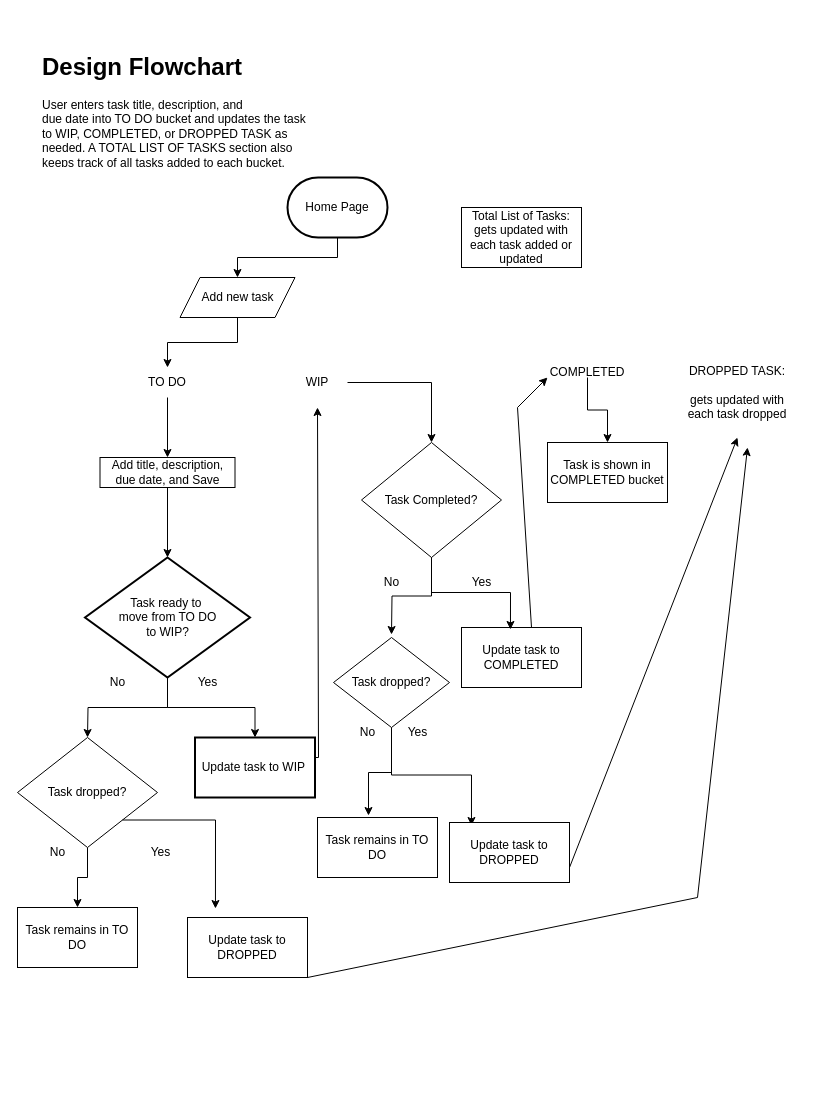
Earlier version of the draw.io diagram Untitled Diagram.drawio (prahdigy/CPSC-362-Group-7-Task-Management-System-). Source tidied: cells renumbered, new cells numbered last; positions are measured from the earlier drawing's top-left corner, leaving out a move shared by most shapes. Both pictures are drawn from the tidied source at 100%, with x=0, y=0 at pixel (17, 47).
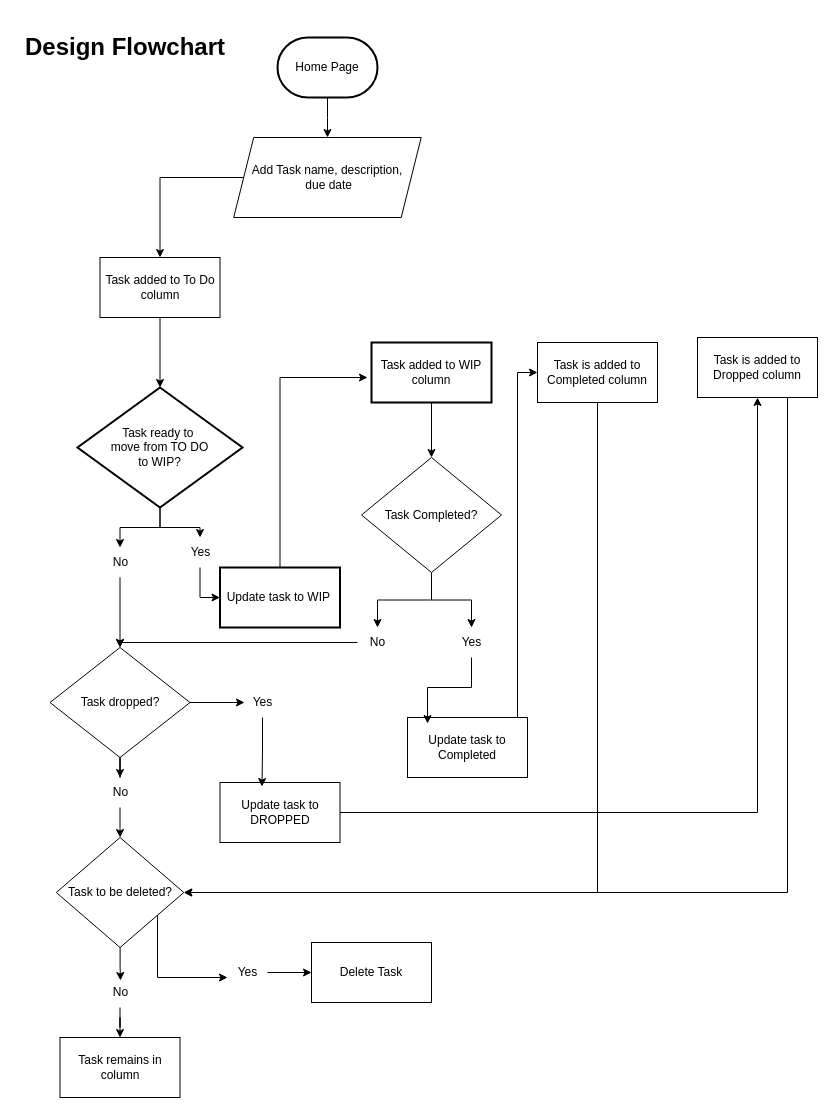
After the change.

Change to the diagram source:
```diff
@@
-    <mxCell id="2" value="&lt;h1&gt;Design Flowchart&lt;/h1&gt;&lt;div&gt;User enters task title, description, and&lt;br style=&quot;border-color: var(--border-color); text-align: center;&quot;&gt;&lt;span style=&quot;text-align: center;&quot;&gt;due date into TO DO bucket and updates the task to WIP, COMPLETED, or DROPPED TASK as needed. A TOTAL LIST OF TASKS section also keeps track of all tasks added to each bucket.&lt;/span&gt;&lt;br&gt;&lt;/div&gt;&lt;p&gt;&lt;br&gt;&lt;/p&gt;&lt;p&gt;&lt;br&gt;&lt;/p&gt;" style="text;html=1;spacing=5;spacingTop=-20;whiteSpace=wrap;overflow=hidden;rounded=0;" parent="1" vertex="1">
-      <mxGeometry x="20" width="280" height="120" as="geometry" />
+    <mxCell id="2" value="&lt;h1&gt;Design Flowchart&lt;/h1&gt;&lt;p&gt;&lt;br&gt;&lt;/p&gt;" style="text;html=1;spacing=5;spacingTop=-20;whiteSpace=wrap;overflow=hidden;rounded=0;" parent="1" vertex="1">
+      <mxGeometry x="2.5" y="-20" width="280" height="40" as="geometry" />
     </mxCell>
-    <mxCell id="3" style="edgeStyle=orthogonalEdgeStyle;rounded=0;jettySize=auto;html=1;" parent="1" edge="1" source="5" target="22">
-      <mxGeometry relative="1" as="geometry" />
-    </mxCell>
-    <mxCell id="4" style="edgeStyle=orthogonalEdgeStyle;rounded=0;jettySize=auto;html=1;" parent="1" edge="1" source="5">
-      <mxGeometry relative="1" as="geometry">
-        <mxPoint x="70" y="690" as="targetPoint" />
-      </mxGeometry>
-    </mxCell>
+    <mxCell id="48" style="edgeStyle=orthogonalEdgeStyle;rounded=0;jettySize=auto;html=1;entryX=0.5;entryY=0;entryDx=0;entryDy=0;" parent="1" edge="1" source="8" target="26">
+      <mxGeometry relative="1" as="geometry" />
+    </mxCell>
     <mxCell id="5" value="Task ready to&amp;nbsp;&lt;br&gt;move from TO DO &lt;br&gt;to WIP?" style="strokeWidth=2;html=1;shape=mxgraph.flowchart.decision;whiteSpace=wrap;" parent="1" vertex="1">
-      <mxGeometry x="67.5" y="510" width="165" height="120" as="geometry" />
+      <mxGeometry x="60" y="340" width="165" height="120" as="geometry" />
     </mxCell>
@@
     <mxCell id="7" value="Home Page" style="strokeWidth=2;html=1;shape=mxgraph.flowchart.terminator;whiteSpace=wrap;" parent="1" vertex="1">
-      <mxGeometry x="270" y="130" width="100" height="60" as="geometry" />
+      <mxGeometry x="260" y="-10" width="100" height="60" as="geometry" />
     </mxCell>
+    <mxCell id="9" style="edgeStyle=orthogonalEdgeStyle;rounded=0;jettySize=auto;html=1;" parent="1" edge="1" source="62" target="24">
+      <mxGeometry relative="1" as="geometry" />
+    </mxCell>
+    <mxCell id="49" style="edgeStyle=orthogonalEdgeStyle;rounded=0;jettySize=auto;html=1;" parent="1" edge="1" source="17" target="55">
+      <mxGeometry relative="1" as="geometry" />
+    </mxCell>
+    <mxCell id="17" value="Add Task name, description,&lt;div&gt;&amp;nbsp;due date&lt;/div&gt;" style="shape=parallelogram;perimeter=parallelogramPerimeter;whiteSpace=wrap;html=1;fixedSize=1;" parent="1" vertex="1">
+      <mxGeometry x="216.2" y="90" width="187.5" height="80" as="geometry" />
+    </mxCell>
+    <mxCell id="50" style="edgeStyle=orthogonalEdgeStyle;rounded=0;jettySize=auto;html=1;" parent="1" edge="1" source="22">
+      <mxGeometry relative="1" as="geometry">
+        <mxPoint x="350" y="330" as="targetPoint" />
+        <Array as="points">
+          <mxPoint x="263" y="330" />
+        </Array>
+      </mxGeometry>
+    </mxCell>
+    <mxCell id="22" value="Update task to WIP&amp;nbsp;" style="whiteSpace=wrap;html=1;strokeWidth=2;" parent="1" vertex="1">
+      <mxGeometry x="202.5" y="520" width="120" height="60" as="geometry" />
+    </mxCell>
+    <mxCell id="51" style="edgeStyle=orthogonalEdgeStyle;rounded=0;jettySize=auto;html=1;" parent="1" edge="1" source="24" target="65">
+      <mxGeometry relative="1" as="geometry" />
+    </mxCell>
+    <mxCell id="52" style="edgeStyle=orthogonalEdgeStyle;rounded=0;jettySize=auto;html=1;" parent="1" edge="1" source="24" target="63">
+      <mxGeometry relative="1" as="geometry" />
+    </mxCell>
+    <mxCell id="24" value="Task Completed?" style="rhombus;whiteSpace=wrap;html=1;" parent="1" vertex="1">
+      <mxGeometry x="344" y="410" width="140" height="115" as="geometry" />
+    </mxCell>
+    <mxCell id="26" value="Task dropped?" style="rhombus;whiteSpace=wrap;html=1;" parent="1" vertex="1">
+      <mxGeometry x="32.5" y="600" width="140" height="110" as="geometry" />
+    </mxCell>
+    <mxCell id="53" style="edgeStyle=orthogonalEdgeStyle;rounded=0;jettySize=auto;html=1;" parent="1" edge="1" source="42" target="71">
+      <mxGeometry relative="1" as="geometry" />
+    </mxCell>
+    <mxCell id="42" value="Update task to DROPPED" style="rounded=0;whiteSpace=wrap;html=1;" parent="1" vertex="1">
+      <mxGeometry x="202.5" y="735" width="120" height="60" as="geometry" />
+    </mxCell>
+    <mxCell id="54" style="edgeStyle=orthogonalEdgeStyle;rounded=0;jettySize=auto;html=1;" parent="1" edge="1" source="43" target="69">
+      <mxGeometry relative="1" as="geometry">
+        <Array as="points">
+          <mxPoint x="500" y="325" />
+        </Array>
+      </mxGeometry>
+    </mxCell>
+    <mxCell id="43" value="Update task to Completed" style="rounded=0;whiteSpace=wrap;html=1;" parent="1" vertex="1">
+      <mxGeometry x="390" y="670" width="120" height="60" as="geometry" />
+    </mxCell>
+    <mxCell id="55" value="Task added to To Do column" style="whiteSpace=wrap;html=1;" parent="1" vertex="1">
+      <mxGeometry x="82.5" y="210" width="120" height="60" as="geometry" />
+    </mxCell>
+    <mxCell id="56" style="edgeStyle=orthogonalEdgeStyle;rounded=0;jettySize=auto;html=1;exitX=0.5;exitY=1;exitDx=0;exitDy=0;entryX=0.5;entryY=0;entryDx=0;entryDy=0;entryPerimeter=0;" parent="1" edge="1" source="55" target="5">
+      <mxGeometry relative="1" as="geometry" />
+    </mxCell>
+    <mxCell id="57" style="edgeStyle=orthogonalEdgeStyle;rounded=0;jettySize=auto;html=1;entryX=0.5;entryY=0;entryDx=0;entryDy=0;" parent="1" edge="1" source="5" target="8">
+      <mxGeometry relative="1" as="geometry" />
+    </mxCell>
     <mxCell id="8" value="No" style="text;html=1;align=center;verticalAlign=middle;points=[];strokeColor=none;fillColor=none;" parent="1" vertex="1">
-      <mxGeometry x="80" y="620" width="40" height="30" as="geometry" />
+      <mxGeometry x="82.5" y="500" width="40" height="30" as="geometry" />
     </mxCell>
-    <mxCell id="9" style="edgeStyle=orthogonalEdgeStyle;rounded=0;jettySize=auto;html=1;" parent="1" edge="1" source="10" target="24">
-      <mxGeometry relative="1" as="geometry" />
-    </mxCell>
-    <mxCell id="10" value="WIP" style="text;html=1;align=center;verticalAlign=middle;whiteSpace=wrap;rounded=0;" parent="1" vertex="1">
-      <mxGeometry x="270" y="320" width="60" height="30" as="geometry" />
-    </mxCell>
-    <mxCell id="11" style="edgeStyle=orthogonalEdgeStyle;rounded=0;jettySize=auto;html=1;" parent="1" edge="1" source="12" target="19">
-      <mxGeometry relative="1" as="geometry" />
-    </mxCell>
-    <mxCell id="12" value="TO DO" style="text;html=1;align=center;verticalAlign=middle;whiteSpace=wrap;rounded=0;" parent="1" vertex="1">
-      <mxGeometry x="120" y="320" width="60" height="30" as="geometry" />
-    </mxCell>
-    <mxCell id="13" style="edgeStyle=orthogonalEdgeStyle;rounded=0;jettySize=auto;html=1;" parent="1" edge="1" source="14" target="44">
-      <mxGeometry relative="1" as="geometry" />
-    </mxCell>
-    <mxCell id="14" value="COMPLETED" style="text;html=1;align=center;verticalAlign=middle;whiteSpace=wrap;rounded=0;" parent="1" vertex="1">
-      <mxGeometry x="540" y="320" width="60" height="10" as="geometry" />
-    </mxCell>
-    <mxCell id="15" value="DROPPED TASK:&lt;br&gt;&lt;br&gt;gets updated with each task dropped" style="text;html=1;align=center;verticalAlign=middle;whiteSpace=wrap;rounded=0;" parent="1" vertex="1">
-      <mxGeometry x="660" y="330" width="120" height="30" as="geometry" />
-    </mxCell>
-    <mxCell id="16" style="edgeStyle=orthogonalEdgeStyle;rounded=0;jettySize=auto;html=1;" parent="1" edge="1" source="17" target="12">
-      <mxGeometry relative="1" as="geometry" />
-    </mxCell>
-    <mxCell id="17" value="Add new task" style="shape=parallelogram;perimeter=parallelogramPerimeter;whiteSpace=wrap;html=1;fixedSize=1;" parent="1" vertex="1">
-      <mxGeometry x="162.5" y="230" width="115" height="40" as="geometry" />
-    </mxCell>
-    <mxCell id="18" style="edgeStyle=orthogonalEdgeStyle;rounded=0;jettySize=auto;html=1;" parent="1" edge="1" source="19" target="5">
-      <mxGeometry relative="1" as="geometry" />
-    </mxCell>
-    <mxCell id="19" value="Add title, description, due date, and Save" style="rounded=0;whiteSpace=wrap;html=1;" parent="1" vertex="1">
-      <mxGeometry x="82.5" y="410" width="135" height="30" as="geometry" />
-    </mxCell>
+    <mxCell id="58" style="edgeStyle=orthogonalEdgeStyle;rounded=0;jettySize=auto;html=1;" parent="1" edge="1" source="5" target="20">
+      <mxGeometry relative="1" as="geometry" />
+    </mxCell>
+    <mxCell id="59" style="edgeStyle=orthogonalEdgeStyle;rounded=0;jettySize=auto;html=1;entryX=0;entryY=0.5;entryDx=0;entryDy=0;" parent="1" edge="1" source="20" target="22">
+      <mxGeometry relative="1" as="geometry" />
+    </mxCell>
     <mxCell id="20" value="Yes" style="text;html=1;align=center;verticalAlign=middle;points=[];strokeColor=none;fillColor=none;" parent="1" vertex="1">
-      <mxGeometry x="170" y="620" width="40" height="30" as="geometry" />
+      <mxGeometry x="162.5" y="490" width="40" height="30" as="geometry" />
     </mxCell>
-    <mxCell id="21" style="edgeStyle=orthogonalEdgeStyle;rounded=0;jettySize=auto;html=1;" parent="1" edge="1" source="22">
-      <mxGeometry relative="1" as="geometry">
-        <mxPoint x="300" y="360" as="targetPoint" />
-        <Array as="points">
-          <mxPoint x="301" y="710" />
-        </Array>
-      </mxGeometry>
-    </mxCell>
-    <mxCell id="22" value="Update task to WIP&amp;nbsp;" style="whiteSpace=wrap;html=1;strokeWidth=2;" parent="1" vertex="1">
-      <mxGeometry x="177.5" y="690" width="120" height="60" as="geometry" />
-    </mxCell>
-    <mxCell id="23" value="Total List of Tasks:&lt;br&gt;gets updated with each task added or updated" style="rounded=0;whiteSpace=wrap;html=1;" parent="1" vertex="1">
-      <mxGeometry x="444" y="160" width="120" height="60" as="geometry" />
-    </mxCell>
-    <mxCell id="24" value="Task Completed?" style="rhombus;whiteSpace=wrap;html=1;" parent="1" vertex="1">
-      <mxGeometry x="344" y="395" width="140" height="115" as="geometry" />
-    </mxCell>
-    <mxCell id="25" style="edgeStyle=orthogonalEdgeStyle;rounded=0;jettySize=auto;html=1;" parent="1" edge="1" source="26" target="27">
-      <mxGeometry relative="1" as="geometry" />
-    </mxCell>
-    <mxCell id="26" value="Task dropped?" style="rhombus;whiteSpace=wrap;html=1;" parent="1" vertex="1">
-      <mxGeometry y="690" width="140" height="110" as="geometry" />
-    </mxCell>
-    <mxCell id="27" value="Task remains in TO DO" style="whiteSpace=wrap;html=1;" parent="1" vertex="1">
-      <mxGeometry y="860" width="120" height="60" as="geometry" />
-    </mxCell>
-    <mxCell id="28" style="edgeStyle=orthogonalEdgeStyle;rounded=0;jettySize=auto;html=1;exitX=1;exitY=1;exitDx=0;exitDy=0;entryX=0.233;entryY=-0.15;entryDx=0;entryDy=0;entryPerimeter=0;" parent="1" edge="1" source="26" target="42">
-      <mxGeometry relative="1" as="geometry" />
-    </mxCell>
+    <mxCell id="60" style="edgeStyle=orthogonalEdgeStyle;rounded=0;jettySize=auto;html=1;" parent="1" edge="1" source="26" target="29">
+      <mxGeometry relative="1" as="geometry" />
+    </mxCell>
+    <mxCell id="61" style="edgeStyle=orthogonalEdgeStyle;rounded=0;jettySize=auto;html=1;" parent="1" edge="1" source="29" target="72">
+      <mxGeometry relative="1" as="geometry" />
+    </mxCell>
     <mxCell id="29" value="No" style="text;html=1;align=center;verticalAlign=middle;points=[];strokeColor=none;fillColor=none;" parent="1" vertex="1">
-      <mxGeometry x="20" y="790" width="40" height="30" as="geometry" />
+      <mxGeometry x="82.5" y="730" width="40" height="30" as="geometry" />
     </mxCell>
     <mxCell id="30" value="Yes" style="text;html=1;align=center;verticalAlign=middle;points=[];strokeColor=none;fillColor=none;" parent="1" vertex="1">
-      <mxGeometry x="122.5" y="790" width="40" height="30" as="geometry" />
+      <mxGeometry x="225" y="640" width="40" height="30" as="geometry" />
     </mxCell>
-    <mxCell id="31" value="No" style="text;html=1;align=center;verticalAlign=middle;strokeColor=none;fillColor=none;" parent="1" vertex="1">
-      <mxGeometry x="354" y="520" width="40" height="30" as="geometry" />
-    </mxCell>
-    <mxCell id="32" value="Yes" style="text;html=1;align=center;verticalAlign=middle;strokeColor=none;fillColor=none;" parent="1" vertex="1">
-      <mxGeometry x="444" y="520" width="40" height="30" as="geometry" />
-    </mxCell>
-    <mxCell id="33" value="Update task to COMPLETED" style="whiteSpace=wrap;html=1;" parent="1" vertex="1">
-      <mxGeometry x="444" y="580" width="120" height="60" as="geometry" />
-    </mxCell>
-    <mxCell id="34" style="edgeStyle=orthogonalEdgeStyle;rounded=0;jettySize=auto;html=1;exitX=0.5;exitY=1;exitDx=0;exitDy=0;entryX=0.5;entryY=0.117;entryDx=0;entryDy=0;entryPerimeter=0;" parent="1" edge="1" source="24">
-      <mxGeometry relative="1" as="geometry">
-        <mxPoint x="374" y="587" as="targetPoint" />
-      </mxGeometry>
-    </mxCell>
-    <mxCell id="35" style="edgeStyle=orthogonalEdgeStyle;rounded=0;jettySize=auto;html=1;exitX=0.5;exitY=1;exitDx=0;exitDy=0;entryX=0.408;entryY=0.033;entryDx=0;entryDy=0;entryPerimeter=0;" parent="1" edge="1" source="24" target="33">
-      <mxGeometry relative="1" as="geometry" />
-    </mxCell>
-    <mxCell id="36" style="edgeStyle=orthogonalEdgeStyle;rounded=0;jettySize=auto;html=1;exitX=0.5;exitY=1;exitDx=0;exitDy=0;entryX=0.425;entryY=-0.033;entryDx=0;entryDy=0;entryPerimeter=0;" parent="1" edge="1" source="38" target="41">
-      <mxGeometry relative="1" as="geometry" />
-    </mxCell>
-    <mxCell id="37" style="edgeStyle=orthogonalEdgeStyle;rounded=0;jettySize=auto;html=1;exitX=0.5;exitY=1;exitDx=0;exitDy=0;entryX=0.183;entryY=0.05;entryDx=0;entryDy=0;entryPerimeter=0;" parent="1" edge="1" source="38" target="43">
-      <mxGeometry relative="1" as="geometry" />
-    </mxCell>
-    <mxCell id="38" value="Task dropped?" style="rhombus;whiteSpace=wrap;html=1;" parent="1" vertex="1">
-      <mxGeometry x="316" y="590" width="116" height="90" as="geometry" />
-    </mxCell>
-    <mxCell id="39" value="No" style="text;html=1;align=center;verticalAlign=middle;strokeColor=none;fillColor=none;" parent="1" vertex="1">
-      <mxGeometry x="330" y="670" width="40" height="30" as="geometry" />
-    </mxCell>
-    <mxCell id="40" value="Yes" style="text;html=1;align=center;verticalAlign=middle;strokeColor=none;fillColor=none;" parent="1" vertex="1">
-      <mxGeometry x="380" y="670" width="40" height="30" as="geometry" />
-    </mxCell>
-    <mxCell id="41" value="Task remains in TO DO" style="whiteSpace=wrap;html=1;" parent="1" vertex="1">
-      <mxGeometry x="300" y="770" width="120" height="60" as="geometry" />
-    </mxCell>
-    <mxCell id="42" value="Update task to DROPPED" style="rounded=0;whiteSpace=wrap;html=1;" parent="1" vertex="1">
-      <mxGeometry x="170" y="870" width="120" height="60" as="geometry" />
-    </mxCell>
-    <mxCell id="43" value="Update task to DROPPED" style="rounded=0;whiteSpace=wrap;html=1;" parent="1" vertex="1">
-      <mxGeometry x="432" y="775" width="120" height="60" as="geometry" />
-    </mxCell>
-    <mxCell id="44" value="Task is shown in COMPLETED bucket" style="rounded=0;whiteSpace=wrap;html=1;" parent="1" vertex="1">
-      <mxGeometry x="530" y="395" width="120" height="60" as="geometry" />
-    </mxCell>
-    <mxCell id="45" style="endArrow=classic;html=1;rounded=0;" parent="1" edge="1">
-      <mxGeometry relative="1" as="geometry">
-        <mxPoint x="514" y="580" as="sourcePoint" />
-        <mxPoint x="530" y="330" as="targetPoint" />
-        <Array as="points">
-          <mxPoint x="500" y="360" />
-        </Array>
-      </mxGeometry>
-    </mxCell>
-    <mxCell id="46" style="endArrow=classic;html=1;rounded=0;" parent="1" edge="1">
-      <mxGeometry relative="1" as="geometry">
-        <mxPoint x="552" y="820" as="sourcePoint" />
-        <mxPoint x="720" y="390" as="targetPoint" />
-      </mxGeometry>
-    </mxCell>
-    <mxCell id="47" style="endArrow=classic;html=1;rounded=0;" parent="1" edge="1">
-      <mxGeometry relative="1" as="geometry">
-        <mxPoint x="290" y="930" as="sourcePoint" />
-        <mxPoint x="730" y="400" as="targetPoint" />
-        <Array as="points">
-          <mxPoint x="680" y="850" />
-        </Array>
-      </mxGeometry>
-    </mxCell>
+    <mxCell id="62" value="Task added to WIP column" style="whiteSpace=wrap;html=1;strokeWidth=2;" parent="1" vertex="1">
+      <mxGeometry x="354" y="295" width="120" height="60" as="geometry" />
+    </mxCell>
+    <mxCell id="63" value="Yes" style="text;html=1;align=center;verticalAlign=middle;points=[];strokeColor=none;fillColor=none;" parent="1" vertex="1">
+      <mxGeometry x="434" y="580" width="40" height="30" as="geometry" />
+    </mxCell>
+    <mxCell id="64" style="edgeStyle=orthogonalEdgeStyle;rounded=0;jettySize=auto;html=1;entryX=0.5;entryY=0;entryDx=0;entryDy=0;" parent="1" edge="1" source="65" target="26">
+      <mxGeometry relative="1" as="geometry">
+        <Array as="points">
+          <mxPoint x="103" y="595" />
+        </Array>
+      </mxGeometry>
+    </mxCell>
+    <mxCell id="65" value="No" style="text;html=1;align=center;verticalAlign=middle;points=[];strokeColor=none;fillColor=none;" parent="1" vertex="1">
+      <mxGeometry x="340" y="580" width="40" height="30" as="geometry" />
+    </mxCell>
+    <mxCell id="66" style="edgeStyle=orthogonalEdgeStyle;rounded=0;jettySize=auto;html=1;entryX=0.167;entryY=0.1;entryDx=0;entryDy=0;entryPerimeter=0;" parent="1" edge="1" source="63" target="43">
+      <mxGeometry relative="1" as="geometry" />
+    </mxCell>
+    <mxCell id="67" style="edgeStyle=orthogonalEdgeStyle;rounded=0;jettySize=auto;html=1;entryX=0.35;entryY=0.067;entryDx=0;entryDy=0;entryPerimeter=0;" parent="1" edge="1" source="30" target="42">
+      <mxGeometry relative="1" as="geometry" />
+    </mxCell>
+    <mxCell id="68" style="edgeStyle=orthogonalEdgeStyle;rounded=0;jettySize=auto;html=1;" parent="1" edge="1" source="69" target="72">
+      <mxGeometry relative="1" as="geometry">
+        <Array as="points">
+          <mxPoint x="580" y="845" />
+        </Array>
+      </mxGeometry>
+    </mxCell>
+    <mxCell id="69" value="Task is added to Completed column" style="whiteSpace=wrap;html=1;rounded=0;" parent="1" vertex="1">
+      <mxGeometry x="520" y="295" width="120" height="60" as="geometry" />
+    </mxCell>
+    <mxCell id="70" style="edgeStyle=orthogonalEdgeStyle;rounded=0;jettySize=auto;html=1;" parent="1" edge="1" source="71" target="72">
+      <mxGeometry relative="1" as="geometry">
+        <Array as="points">
+          <mxPoint x="770" y="845" />
+        </Array>
+      </mxGeometry>
+    </mxCell>
+    <mxCell id="71" value="Task is added to Dropped column" style="whiteSpace=wrap;html=1;rounded=0;" parent="1" vertex="1">
+      <mxGeometry x="680" y="290" width="120" height="60" as="geometry" />
+    </mxCell>
+    <mxCell id="72" value="Task to be deleted?" style="rhombus;whiteSpace=wrap;html=1;" parent="1" vertex="1">
+      <mxGeometry x="38.8" y="790" width="127.5" height="110" as="geometry" />
+    </mxCell>
+    <mxCell id="73" style="edgeStyle=orthogonalEdgeStyle;rounded=0;jettySize=auto;html=1;entryX=0.05;entryY=0.5;entryDx=0;entryDy=0;entryPerimeter=0;" parent="1" edge="1" source="26" target="30">
+      <mxGeometry relative="1" as="geometry" />
+    </mxCell>
+    <mxCell id="74" style="edgeStyle=orthogonalEdgeStyle;rounded=0;jettySize=auto;html=1;" parent="1" edge="1" source="75" target="80">
+      <mxGeometry relative="1" as="geometry" />
+    </mxCell>
+    <mxCell id="75" value="Yes" style="text;html=1;align=center;verticalAlign=middle;points=[];strokeColor=none;fillColor=none;" parent="1" vertex="1">
+      <mxGeometry x="210" y="910" width="40" height="30" as="geometry" />
+    </mxCell>
+    <mxCell id="76" style="edgeStyle=orthogonalEdgeStyle;rounded=0;jettySize=auto;html=1;" parent="1" edge="1" source="77" target="79">
+      <mxGeometry relative="1" as="geometry" />
+    </mxCell>
+    <mxCell id="77" value="No" style="text;html=1;align=center;verticalAlign=middle;points=[];strokeColor=none;fillColor=none;" parent="1" vertex="1">
+      <mxGeometry x="82.5" y="930" width="40" height="30" as="geometry" />
+    </mxCell>
+    <mxCell id="78" style="edgeStyle=orthogonalEdgeStyle;rounded=0;jettySize=auto;html=1;entryX=0.513;entryY=0.1;entryDx=0;entryDy=0;entryPerimeter=0;" parent="1" edge="1" source="72" target="77">
+      <mxGeometry relative="1" as="geometry" />
+    </mxCell>
+    <mxCell id="79" value="Task remains in column" style="whiteSpace=wrap;html=1;" parent="1" vertex="1">
+      <mxGeometry x="42.5" y="990" width="120" height="60" as="geometry" />
+    </mxCell>
+    <mxCell id="80" value="Delete Task" style="whiteSpace=wrap;html=1;" parent="1" vertex="1">
+      <mxGeometry x="294" y="895" width="120" height="60" as="geometry" />
+    </mxCell>
+    <mxCell id="81" style="edgeStyle=orthogonalEdgeStyle;rounded=0;jettySize=auto;html=1;entryX=0;entryY=0.667;entryDx=0;entryDy=0;entryPerimeter=0;" parent="1" edge="1" source="72" target="75">
+      <mxGeometry relative="1" as="geometry">
+        <Array as="points">
+          <mxPoint x="140" y="930" />
+        </Array>
+      </mxGeometry>
+    </mxCell>
```
